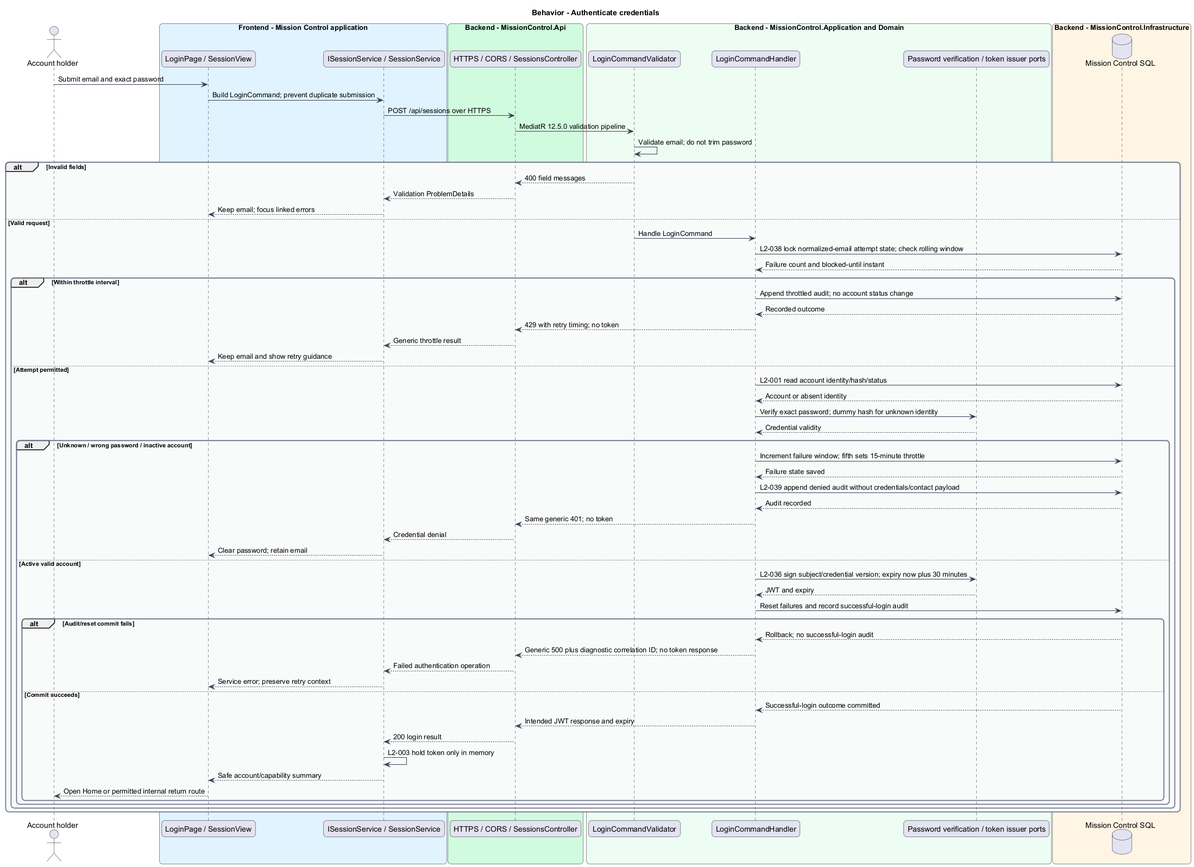
Before: docs/detailed-designs/identity/sign-in-and-end-session/diagrams/sequence-login.png, a diagram exported from PlantUML (QuinntyneBrown/mission-control).
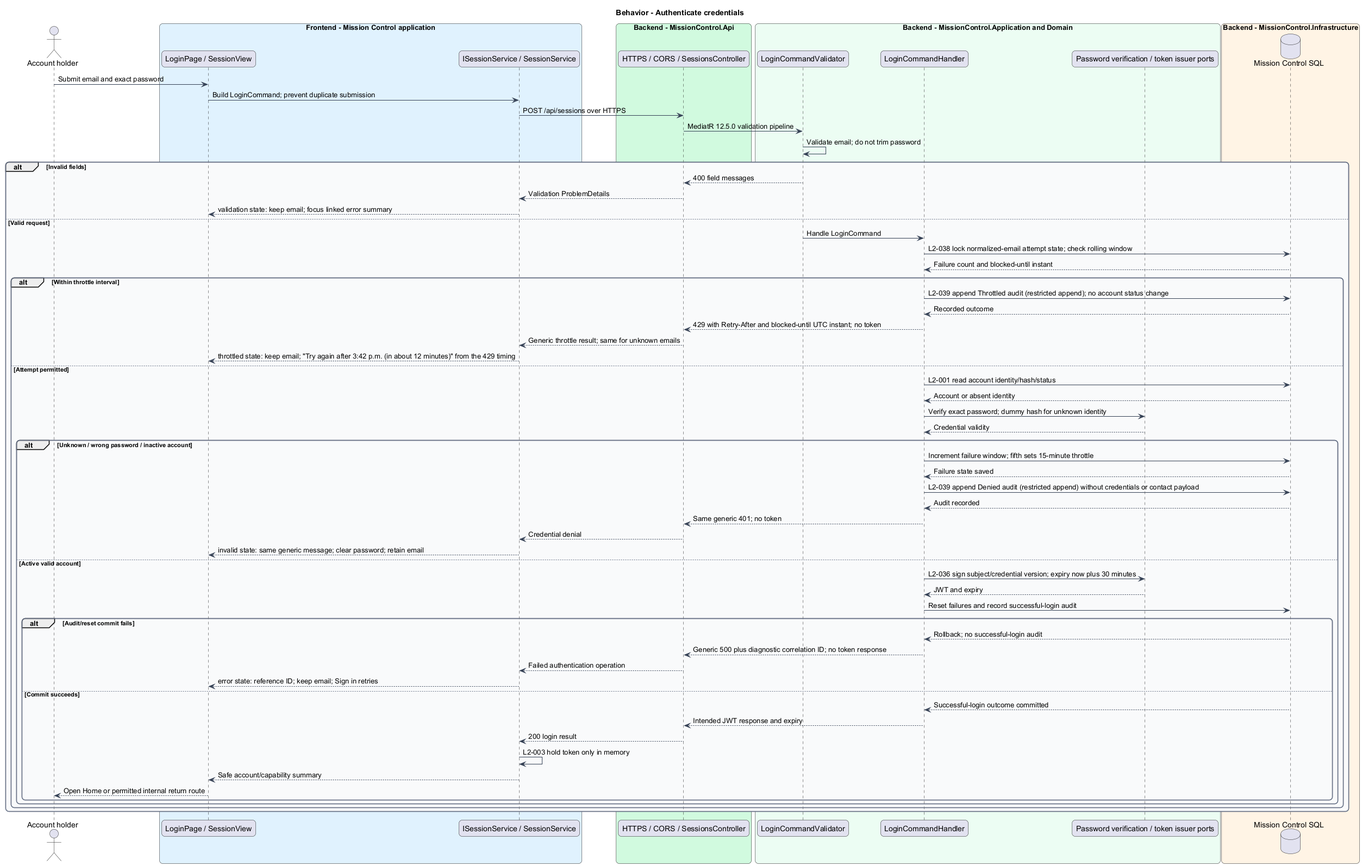
The same diagram one commit later.

Diff of the diagram source:
```diff
@@ -38,17 +38,17 @@
 alt Invalid fields
   validator --> ctrl : 400 field messages
   ctrl --> client : Validation ProblemDetails
-  client --> page : Keep email; focus linked errors
+  client --> page : validation state: keep email; focus linked error summary
 else Valid request
   validator -> handler : Handle LoginCommand
   handler -> db : L2-038 lock normalized-email attempt state; check rolling window
   db --> handler : Failure count and blocked-until instant
   alt Within throttle interval
-    handler -> db : Append throttled audit; no account status change
+    handler -> db : L2-039 append Throttled audit (restricted append); no account status change
     db --> handler : Recorded outcome
-    handler --> ctrl : 429 with retry timing; no token
-    ctrl --> client : Generic throttle result
-    client --> page : Keep email and show retry guidance
+    handler --> ctrl : 429 with Retry-After and blocked-until UTC instant; no token
+    ctrl --> client : Generic throttle result; same for unknown emails
+    client --> page : throttled state: keep email; "Try again after 3:42 p.m. (in about 12 minutes)" from the 429 timing
   else Attempt permitted
     handler -> db : L2-001 read account identity/hash/status
     db --> handler : Account or absent identity
@@ -57,11 +57,11 @@
     alt Unknown / wrong password / inactive account
       handler -> db : Increment failure window; fifth sets 15-minute throttle
       db --> handler : Failure state saved
-      handler -> db : L2-039 append denied audit without credentials/contact payload
+      handler -> db : L2-039 append Denied audit (restricted append) without credentials or contact payload
       db --> handler : Audit recorded
       handler --> ctrl : Same generic 401; no token
       ctrl --> client : Credential denial
-      client --> page : Clear password; retain email
+      client --> page : invalid state: same generic message; clear password; retain email
     else Active valid account
       handler -> security : L2-036 sign subject/credential version; expiry now plus 30 minutes
       security --> handler : JWT and expiry
@@ -70,7 +70,7 @@
         db --> handler : Rollback; no successful-login audit
         handler --> ctrl : Generic 500 plus diagnostic correlation ID; no token response
         ctrl --> client : Failed authentication operation
-        client --> page : Service error; preserve retry context
+        client --> page : error state: reference ID; keep email; Sign in retries
       else Commit succeeds
         db --> handler : Successful-login outcome committed
         handler --> ctrl : Intended JWT response and expiry
```
